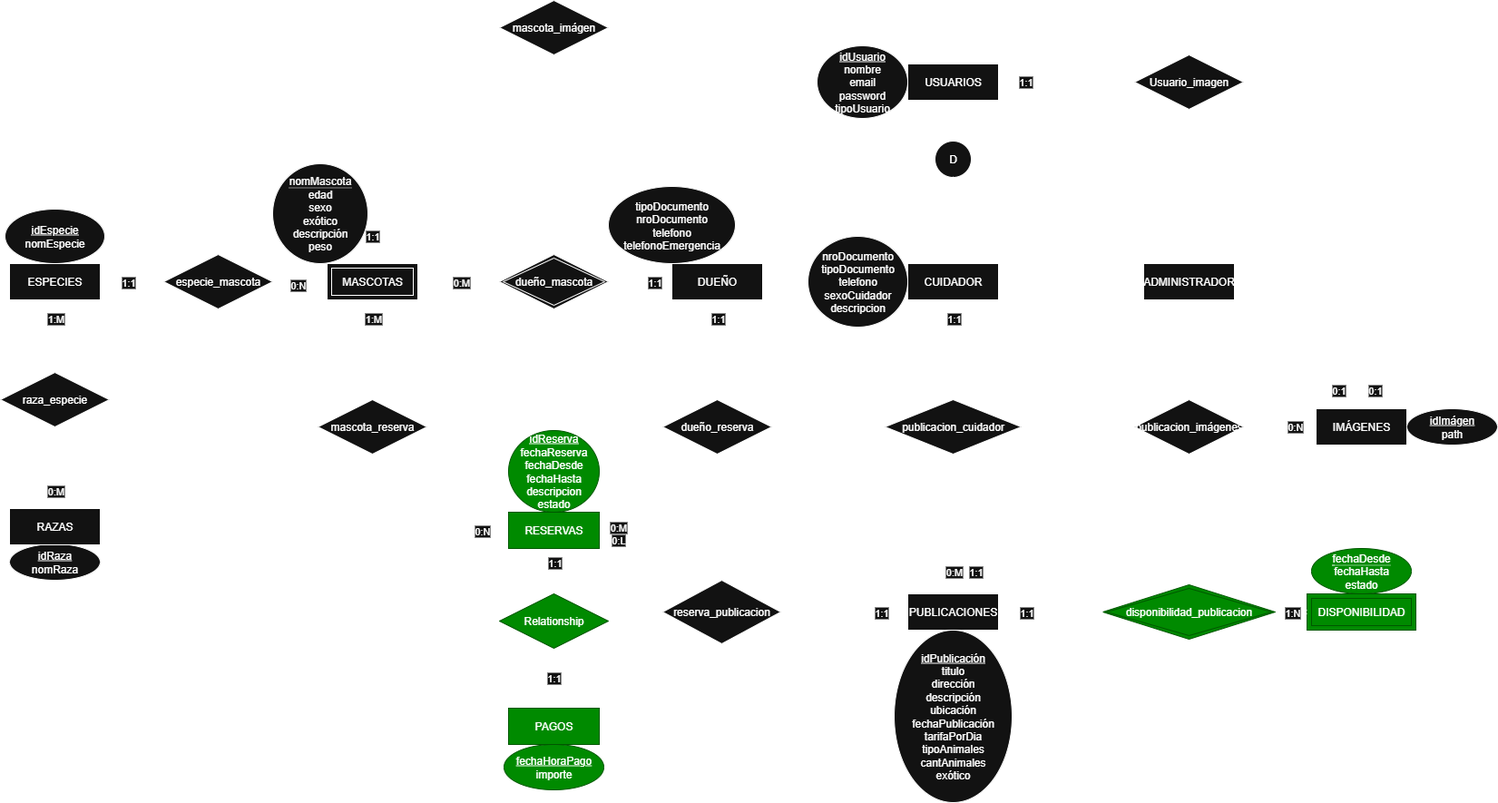
The draw.io diagram PetsbnbDER.png in AleGiacone/TPDSW, before a commit. Source tidied: cells renumbered, new cells last; positions are measured from the earlier drawing's top-left corner, leaving out a move shared by most shapes.
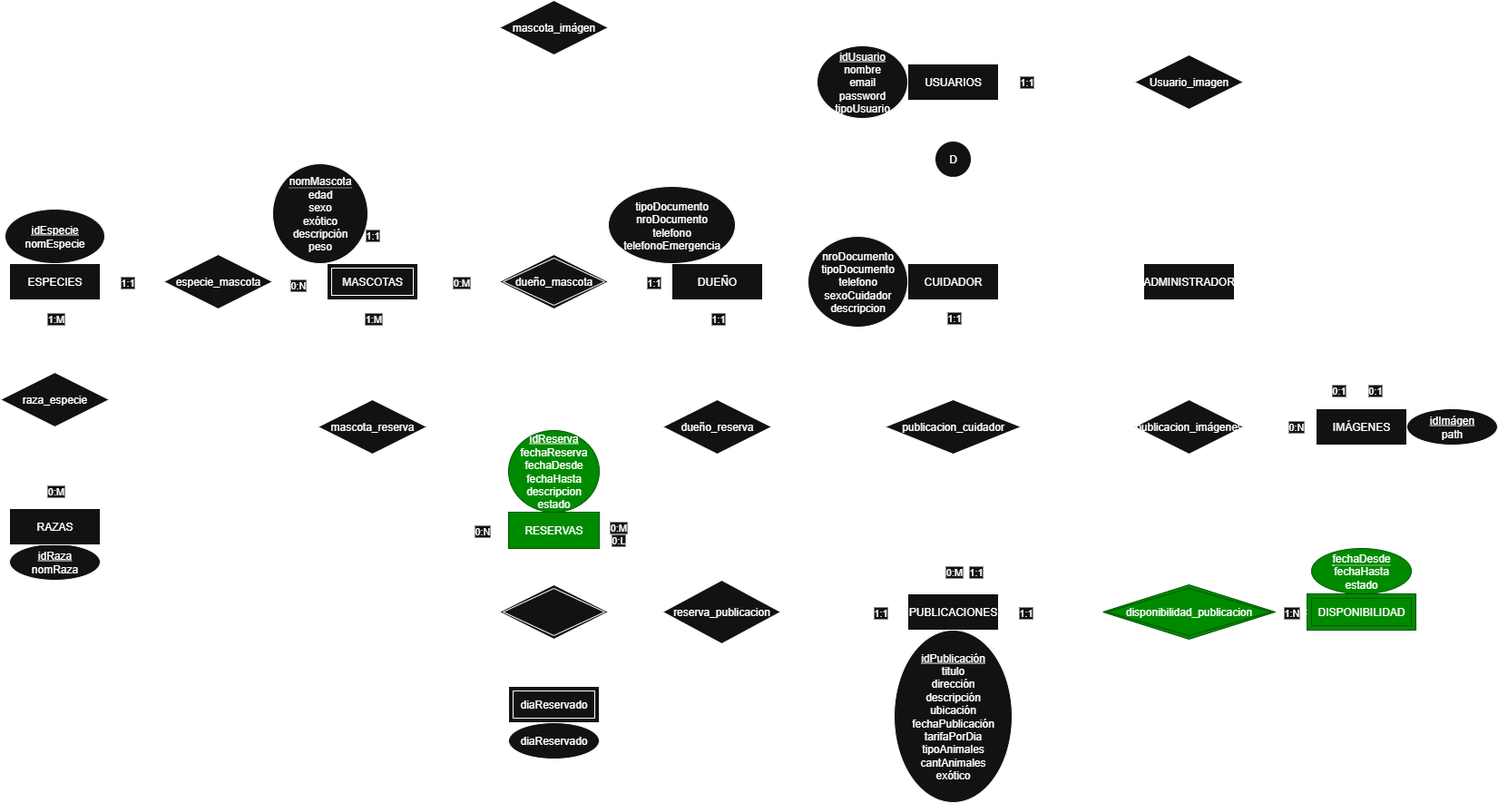
After the change.

The edit, as a diff of the source:
```diff
@@ -119,14 +119,6 @@
         <mxPoint x="-2" y="-30" as="offset" />
       </mxGeometry>
     </mxCell>
-    <mxCell id="33" style="endArrow=none;html=1;rounded=0;entryX=0.5;entryY=1;entryDx=0;entryDy=0;exitX=0.5;exitY=0;exitDx=0;exitDy=0;" parent="1" edge="1" source="79" target="71">
-      <mxGeometry relative="1" as="geometry" />
-    </mxCell>
-    <mxCell id="34" value="1:1" style="edgeLabel;html=1;align=center;verticalAlign=middle;" parent="33" vertex="1">
-      <mxGeometry x="0.06" y="-2" relative="1" as="geometry">
-        <mxPoint x="-2" y="-9" as="offset" />
-      </mxGeometry>
-    </mxCell>
     <mxCell id="35" value="raza_especie" style="shape=rhombus;perimeter=rhombusPerimeter;whiteSpace=wrap;html=1;align=center;" parent="1" vertex="1">
       <mxGeometry y="410" width="120" height="60" as="geometry" />
     </mxCell>
@@ -138,9 +130,6 @@
         <mxPoint y="26" as="offset" />
       </mxGeometry>
     </mxCell>
-    <mxCell id="38" value="&lt;u&gt;fechaHoraPago&lt;/u&gt;&lt;div&gt;importe&lt;/div&gt;" style="ellipse;whiteSpace=wrap;html=1;align=center;fillColor=#008a00;fontColor=#ffffff;strokeColor=#005700;" parent="1" vertex="1">
-      <mxGeometry x="555" y="820" width="110" height="50" as="geometry" />
-    </mxCell>
     <mxCell id="39" style="endArrow=none;html=1;rounded=0;entryX=1;entryY=0.5;entryDx=0;entryDy=0;exitX=0;exitY=0.5;exitDx=0;exitDy=0;" parent="1" edge="1" target="43">
       <mxGeometry relative="1" as="geometry">
         <mxPoint x="1000" y="674" as="sourcePoint" />
@@ -259,6 +248,9 @@
     <mxCell id="70" value="PUBLICACIONES" style="whiteSpace=wrap;html=1;align=center;" parent="1" vertex="1">
       <mxGeometry x="1000" y="654" width="100" height="40" as="geometry" />
     </mxCell>
+    <mxCell id="83" style="edgeStyle=orthogonalEdgeStyle;rounded=0;jettySize=auto;html=1;entryX=0.5;entryY=0;entryDx=0;entryDy=0;shape=wire;dashed=1;endArrow=none;endFill=0;" parent="1" edge="1" source="71" target="85">
+      <mxGeometry relative="1" as="geometry" />
+    </mxCell>
     <mxCell id="71" value="RESERVAS" style="whiteSpace=wrap;html=1;align=center;fillColor=#008a00;fontColor=#ffffff;strokeColor=#005700;" parent="1" vertex="1">
       <mxGeometry x="560" y="564" width="100" height="40" as="geometry" />
     </mxCell>
@@ -282,15 +274,6 @@
     <mxCell id="76" value="publicacion_imágenes" style="shape=rhombus;perimeter=rhombusPerimeter;whiteSpace=wrap;html=1;align=center;" parent="1" vertex="1">
       <mxGeometry x="1250" y="440" width="120" height="60" as="geometry" />
     </mxCell>
-    <mxCell id="77" value="1:1" style="edgeStyle=orthogonalEdgeStyle;rounded=0;jettySize=auto;html=1;endArrow=none;endFill=0;" parent="1" edge="1" source="78" target="79">
-      <mxGeometry relative="1" as="geometry" />
-    </mxCell>
-    <mxCell id="78" value="PAGOS" style="whiteSpace=wrap;html=1;align=center;fillColor=#008a00;fontColor=#ffffff;strokeColor=#005700;" parent="1" vertex="1">
-      <mxGeometry x="560" y="780" width="100" height="40" as="geometry" />
-    </mxCell>
-    <mxCell id="79" value="Relationship" style="shape=rhombus;perimeter=rhombusPerimeter;whiteSpace=wrap;html=1;align=center;fillColor=#008a00;fontColor=#ffffff;strokeColor=#005700;" parent="1" vertex="1">
-      <mxGeometry x="550" y="654" width="120" height="60" as="geometry" />
-    </mxCell>
     <mxCell id="80" value="&lt;u&gt;idImágen&lt;/u&gt;&lt;div&gt;path&lt;/div&gt;" style="ellipse;whiteSpace=wrap;html=1;align=center;" parent="1" vertex="1">
       <mxGeometry x="1550" y="450" width="100" height="40" as="geometry" />
     </mxCell>
@@ -304,5 +287,17 @@
     <mxCell id="82" value="mascota_imágen" style="shape=rhombus;perimeter=rhombusPerimeter;whiteSpace=wrap;html=1;align=center;" parent="1" vertex="1">
       <mxGeometry x="550" width="120" height="60" as="geometry" />
     </mxCell>
+    <mxCell id="84" style="edgeStyle=orthogonalEdgeStyle;rounded=0;jettySize=auto;html=1;entryX=0.5;entryY=0;entryDx=0;entryDy=0;shape=link;" parent="1" edge="1" source="85" target="86">
+      <mxGeometry relative="1" as="geometry" />
+    </mxCell>
+    <mxCell id="85" style="shape=rhombus;double=1;perimeter=rhombusPerimeter;whiteSpace=wrap;html=1;align=center;" parent="1" vertex="1">
+      <mxGeometry x="550" y="644" width="120" height="60" as="geometry" />
+    </mxCell>
+    <mxCell id="86" value="diaReservado" style="shape=ext;margin=3;double=1;whiteSpace=wrap;html=1;align=center;" parent="1" vertex="1">
+      <mxGeometry x="560" y="756" width="100" height="40" as="geometry" />
+    </mxCell>
+    <mxCell id="87" value="diaReservado" style="ellipse;whiteSpace=wrap;html=1;align=center;" parent="1" vertex="1">
+      <mxGeometry x="560" y="796" width="100" height="40" as="geometry" />
+    </mxCell>
   </root>
 </mxGraphModel>
```
